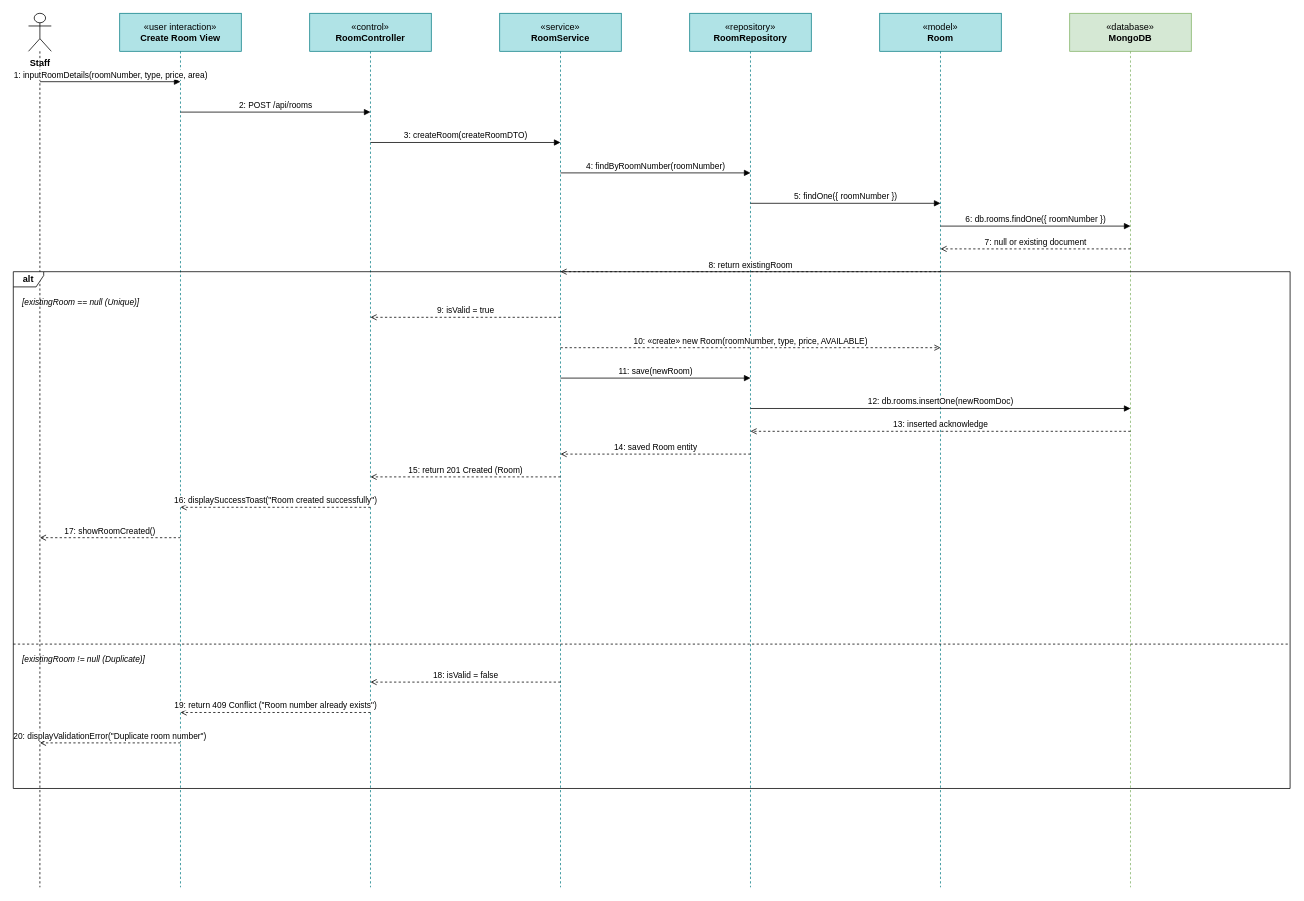
The draw.io diagram docs/diagrams/UC-M04_1_Create_Room_SequenceDiagram.drawio in WanFJava/MotalManagementSystems, before the edit. Source tidied: cells renumbered, new cells numbered last; positions are measured from the earlier drawing's top-left corner, leaving out a move shared by most shapes. Both pictures are drawn from the tidied source at 76%, with x=0, y=0 at pixel (13, 13).
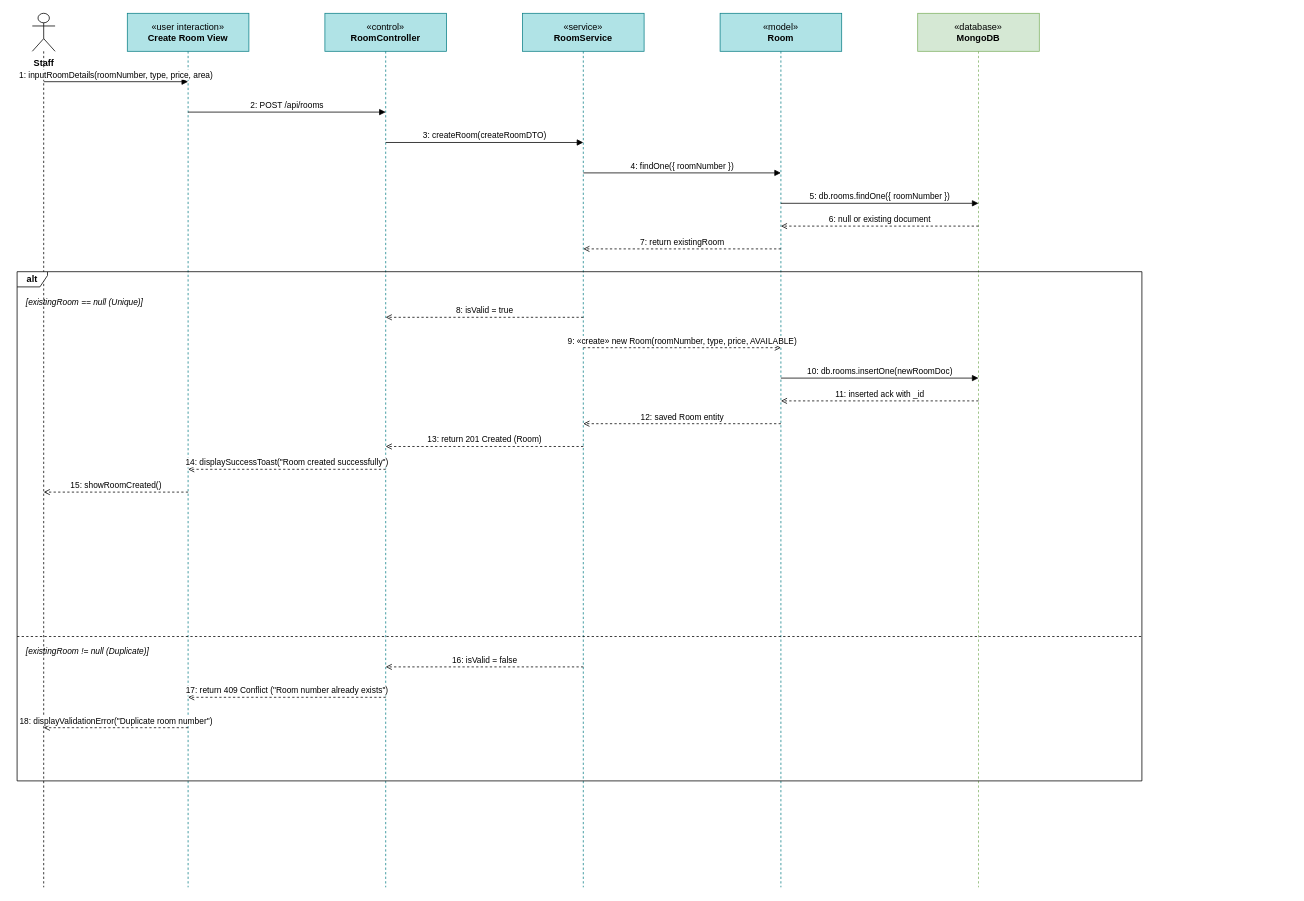
The same page after the edit.

Change to the diagram source:
```diff
@@
     <mxCell id="2" value="Staff" style="shape=umlLifeline;participant=umlActor;perimeter=lifelinePerimeter;whiteSpace=nowrap;html=1;verticalAlign=top;spacingTop=52;size=50;fontStyle=1;" parent="1" vertex="1">
-      <mxGeometry x="20" width="30" height="1150" as="geometry" />
+      <mxGeometry x="25" width="30" height="1150" as="geometry" />
     </mxCell>
     <mxCell id="3" value="&amp;laquo;user interaction&amp;raquo;&lt;br&gt;&lt;b&gt;Create Room View&lt;/b&gt;" style="shape=umlLifeline;perimeter=lifelinePerimeter;whiteSpace=wrap;html=1;size=50;fillColor=#b0e3e6;strokeColor=#0e8088;" parent="1" vertex="1">
-      <mxGeometry x="140" width="160" height="1150" as="geometry" />
+      <mxGeometry x="150" width="160" height="1150" as="geometry" />
     </mxCell>
     <mxCell id="4" value="&amp;laquo;control&amp;raquo;&lt;br&gt;&lt;b&gt;RoomController&lt;/b&gt;" style="shape=umlLifeline;perimeter=lifelinePerimeter;whiteSpace=wrap;html=1;size=50;fillColor=#b0e3e6;strokeColor=#0e8088;" parent="1" vertex="1">
-      <mxGeometry x="390" width="160" height="1150" as="geometry" />
+      <mxGeometry x="410" width="160" height="1150" as="geometry" />
     </mxCell>
     <mxCell id="5" value="&amp;laquo;service&amp;raquo;&lt;br&gt;&lt;b&gt;RoomService&lt;/b&gt;" style="shape=umlLifeline;perimeter=lifelinePerimeter;whiteSpace=wrap;html=1;size=50;fillColor=#b0e3e6;strokeColor=#0e8088;" parent="1" vertex="1">
-      <mxGeometry x="640" width="160" height="1150" as="geometry" />
+      <mxGeometry x="670" width="160" height="1150" as="geometry" />
     </mxCell>
-    <mxCell id="6" value="&amp;laquo;repository&amp;raquo;&lt;br&gt;&lt;b&gt;RoomRepository&lt;/b&gt;" style="shape=umlLifeline;perimeter=lifelinePerimeter;whiteSpace=wrap;html=1;size=50;fillColor=#b0e3e6;strokeColor=#0e8088;" parent="1" vertex="1">
-      <mxGeometry x="890" width="160" height="1150" as="geometry" />
+    <mxCell id="6" value="&amp;laquo;model&amp;raquo;&lt;br&gt;&lt;b&gt;Room&lt;/b&gt;" style="shape=umlLifeline;perimeter=lifelinePerimeter;whiteSpace=wrap;html=1;size=50;fillColor=#b0e3e6;strokeColor=#0e8088;" parent="1" vertex="1">
+      <mxGeometry x="930" width="160" height="1150" as="geometry" />
     </mxCell>
-    <mxCell id="7" value="&amp;laquo;model&amp;raquo;&lt;br&gt;&lt;b&gt;Room&lt;/b&gt;" style="shape=umlLifeline;perimeter=lifelinePerimeter;whiteSpace=wrap;html=1;size=50;fillColor=#b0e3e6;strokeColor=#0e8088;" parent="1" vertex="1">
-      <mxGeometry x="1140" width="160" height="1150" as="geometry" />
+    <mxCell id="7" value="&amp;laquo;database&amp;raquo;&lt;br&gt;&lt;b&gt;MongoDB&lt;/b&gt;" style="shape=umlLifeline;perimeter=lifelinePerimeter;whiteSpace=wrap;html=1;size=50;fillColor=#d5e8d4;strokeColor=#82b366;" parent="1" vertex="1">
+      <mxGeometry x="1190" width="160" height="1150" as="geometry" />
     </mxCell>
-    <mxCell id="8" value="&amp;laquo;database&amp;raquo;&lt;br&gt;&lt;b&gt;MongoDB&lt;/b&gt;" style="shape=umlLifeline;perimeter=lifelinePerimeter;whiteSpace=wrap;html=1;size=50;fillColor=#d5e8d4;strokeColor=#82b366;" parent="1" vertex="1">
-      <mxGeometry x="1390" width="160" height="1150" as="geometry" />
-    </mxCell>
     <mxCell id="9" value="1: inputRoomDetails(roomNumber, type, price, area)" style="endArrow=block;endFill=1;html=1;rounded=0;exitX=0.5;exitY=0;entryX=0.5;entryY=0;fontSize=11;verticalAlign=bottom;" parent="1" edge="1">
       <mxGeometry relative="1" as="geometry">
-        <mxPoint x="35" y="90" as="sourcePoint" />
-        <mxPoint x="220" y="90" as="targetPoint" />
+        <mxPoint x="40" y="90" as="sourcePoint" />
+        <mxPoint x="230" y="90" as="targetPoint" />
       </mxGeometry>
     </mxCell>
     <mxCell id="10" value="2: POST /api/rooms" style="endArrow=block;endFill=1;html=1;rounded=0;exitX=0.5;exitY=0;entryX=0.5;entryY=0;fontSize=11;verticalAlign=bottom;" parent="1" edge="1">
       <mxGeometry relative="1" as="geometry">
-        <mxPoint x="220" y="130" as="sourcePoint" />
-        <mxPoint x="470" y="130" as="targetPoint" />
+        <mxPoint x="230" y="130" as="sourcePoint" />
+        <mxPoint x="490" y="130" as="targetPoint" />
       </mxGeometry>
     </mxCell>
     <mxCell id="11" value="3: createRoom(createRoomDTO)" style="endArrow=block;endFill=1;html=1;rounded=0;exitX=0.5;exitY=0;entryX=0.5;entryY=0;fontSize=11;verticalAlign=bottom;" parent="1" edge="1">
       <mxGeometry relative="1" as="geometry">
-        <mxPoint x="470" y="170" as="sourcePoint" />
-        <mxPoint x="720" y="170" as="targetPoint" />
+        <mxPoint x="490" y="170" as="sourcePoint" />
+        <mxPoint x="750" y="170" as="targetPoint" />
       </mxGeometry>
     </mxCell>
-    <mxCell id="12" value="4: findByRoomNumber(roomNumber)" style="endArrow=block;endFill=1;html=1;rounded=0;exitX=0.5;exitY=0;entryX=0.5;entryY=0;fontSize=11;verticalAlign=bottom;" parent="1" edge="1">
+    <mxCell id="12" value="4: findOne({ roomNumber })" style="endArrow=block;endFill=1;html=1;rounded=0;exitX=0.5;exitY=0;entryX=0.5;entryY=0;fontSize=11;verticalAlign=bottom;" parent="1" edge="1">
       <mxGeometry relative="1" as="geometry">
-        <mxPoint x="720" y="210" as="sourcePoint" />
-        <mxPoint x="970" y="210" as="targetPoint" />
+        <mxPoint x="750" y="210" as="sourcePoint" />
+        <mxPoint x="1010" y="210" as="targetPoint" />
       </mxGeometry>
     </mxCell>
-    <mxCell id="13" value="5: findOne({ roomNumber })" style="endArrow=block;endFill=1;html=1;rounded=0;exitX=0.5;exitY=0;entryX=0.5;entryY=0;fontSize=11;verticalAlign=bottom;" parent="1" edge="1">
+    <mxCell id="13" value="5: db.rooms.findOne({ roomNumber })" style="endArrow=block;endFill=1;html=1;rounded=0;exitX=0.5;exitY=0;entryX=0.5;entryY=0;fontSize=11;verticalAlign=bottom;" parent="1" edge="1">
       <mxGeometry relative="1" as="geometry">
-        <mxPoint x="970" y="250" as="sourcePoint" />
-        <mxPoint x="1220" y="250" as="targetPoint" />
+        <mxPoint x="1010" y="250" as="sourcePoint" />
+        <mxPoint x="1270" y="250" as="targetPoint" />
       </mxGeometry>
     </mxCell>
-    <mxCell id="14" value="6: db.rooms.findOne({ roomNumber })" style="endArrow=block;endFill=1;html=1;rounded=0;exitX=0.5;exitY=0;entryX=0.5;entryY=0;fontSize=11;verticalAlign=bottom;" parent="1" edge="1">
+    <mxCell id="14" value="6: null or existing document" style="endArrow=open;dashed=1;endFill=0;html=1;rounded=0;exitX=0.5;exitY=0;entryX=0.5;entryY=0;fontSize=11;verticalAlign=bottom;" parent="1" edge="1">
       <mxGeometry relative="1" as="geometry">
-        <mxPoint x="1220" y="280" as="sourcePoint" />
-        <mxPoint x="1470" y="280" as="targetPoint" />
+        <mxPoint x="1270" y="280" as="sourcePoint" />
+        <mxPoint x="1010" y="280" as="targetPoint" />
       </mxGeometry>
     </mxCell>
-    <mxCell id="15" value="7: null or existing document" style="endArrow=open;dashed=1;endFill=0;html=1;rounded=0;exitX=0.5;exitY=0;entryX=0.5;entryY=0;fontSize=11;verticalAlign=bottom;" parent="1" edge="1">
+    <mxCell id="15" value="7: return existingRoom" style="endArrow=open;dashed=1;endFill=0;html=1;rounded=0;exitX=0.5;exitY=0;entryX=0.5;entryY=0;fontSize=11;verticalAlign=bottom;" parent="1" edge="1">
       <mxGeometry relative="1" as="geometry">
-        <mxPoint x="1470" y="310" as="sourcePoint" />
-        <mxPoint x="1220" y="310" as="targetPoint" />
+        <mxPoint x="1010" y="310" as="sourcePoint" />
+        <mxPoint x="750" y="310" as="targetPoint" />
       </mxGeometry>
     </mxCell>
-    <mxCell id="16" value="8: return existingRoom" style="endArrow=open;dashed=1;endFill=0;html=1;rounded=0;exitX=0.5;exitY=0;entryX=0.5;entryY=0;fontSize=11;verticalAlign=bottom;" parent="1" edge="1">
+    <mxCell id="16" value="8: isValid = true" style="endArrow=open;dashed=1;endFill=0;html=1;rounded=0;exitX=0.5;exitY=0;entryX=0.5;entryY=0;fontSize=11;verticalAlign=bottom;" parent="1" edge="1">
       <mxGeometry relative="1" as="geometry">
-        <mxPoint x="1220" y="340" as="sourcePoint" />
-        <mxPoint x="720" y="340" as="targetPoint" />
+        <mxPoint x="750" y="400" as="sourcePoint" />
+        <mxPoint x="490" y="400" as="targetPoint" />
       </mxGeometry>
     </mxCell>
-    <mxCell id="17" value="9: isValid = true" style="endArrow=open;dashed=1;endFill=0;html=1;rounded=0;exitX=0.5;exitY=0;entryX=0.5;entryY=0;fontSize=11;verticalAlign=bottom;" parent="1" edge="1">
+    <mxCell id="17" value="9: «create» new Room(roomNumber, type, price, AVAILABLE)" style="endArrow=open;dashed=1;endFill=0;html=1;rounded=0;exitX=0.5;exitY=0;entryX=0.5;entryY=0;fontSize=11;verticalAlign=bottom;" parent="1" edge="1">
       <mxGeometry relative="1" as="geometry">
-        <mxPoint x="720" y="400" as="sourcePoint" />
-        <mxPoint x="470" y="400" as="targetPoint" />
+        <mxPoint x="750" y="440" as="sourcePoint" />
+        <mxPoint x="1010" y="440" as="targetPoint" />
       </mxGeometry>
     </mxCell>
-    <mxCell id="18" value="10: «create» new Room(roomNumber, type, price, AVAILABLE)" style="endArrow=open;dashed=1;endFill=0;html=1;rounded=0;exitX=0.5;exitY=0;entryX=0.5;entryY=0;fontSize=11;verticalAlign=bottom;" parent="1" edge="1">
+    <mxCell id="18" value="10: db.rooms.insertOne(newRoomDoc)" style="endArrow=block;endFill=1;html=1;rounded=0;exitX=0.5;exitY=0;entryX=0.5;entryY=0;fontSize=11;verticalAlign=bottom;" parent="1" edge="1">
       <mxGeometry relative="1" as="geometry">
-        <mxPoint x="720" y="440" as="sourcePoint" />
-        <mxPoint x="1220" y="440" as="targetPoint" />
+        <mxPoint x="1010" y="480" as="sourcePoint" />
+        <mxPoint x="1270" y="480" as="targetPoint" />
       </mxGeometry>
     </mxCell>
-    <mxCell id="19" value="11: save(newRoom)" style="endArrow=block;endFill=1;html=1;rounded=0;exitX=0.5;exitY=0;entryX=0.5;entryY=0;fontSize=11;verticalAlign=bottom;" parent="1" edge="1">
+    <mxCell id="19" value="11: inserted ack with _id" style="endArrow=open;dashed=1;endFill=0;html=1;rounded=0;exitX=0.5;exitY=0;entryX=0.5;entryY=0;fontSize=11;verticalAlign=bottom;" parent="1" edge="1">
       <mxGeometry relative="1" as="geometry">
-        <mxPoint x="720" y="480" as="sourcePoint" />
-        <mxPoint x="970" y="480" as="targetPoint" />
+        <mxPoint x="1270" y="510" as="sourcePoint" />
+        <mxPoint x="1010" y="510" as="targetPoint" />
       </mxGeometry>
     </mxCell>
-    <mxCell id="20" value="12: db.rooms.insertOne(newRoomDoc)" style="endArrow=block;endFill=1;html=1;rounded=0;exitX=0.5;exitY=0;entryX=0.5;entryY=0;fontSize=11;verticalAlign=bottom;" parent="1" edge="1">
+    <mxCell id="20" value="12: saved Room entity" style="endArrow=open;dashed=1;endFill=0;html=1;rounded=0;exitX=0.5;exitY=0;entryX=0.5;entryY=0;fontSize=11;verticalAlign=bottom;" parent="1" edge="1">
       <mxGeometry relative="1" as="geometry">
-        <mxPoint x="970" y="520" as="sourcePoint" />
-        <mxPoint x="1470" y="520" as="targetPoint" />
+        <mxPoint x="1010" y="540" as="sourcePoint" />
+        <mxPoint x="750" y="540" as="targetPoint" />
       </mxGeometry>
     </mxCell>
-    <mxCell id="21" value="13: inserted acknowledge" style="endArrow=open;dashed=1;endFill=0;html=1;rounded=0;exitX=0.5;exitY=0;entryX=0.5;entryY=0;fontSize=11;verticalAlign=bottom;" parent="1" edge="1">
+    <mxCell id="21" value="13: return 201 Created (Room)" style="endArrow=open;dashed=1;endFill=0;html=1;rounded=0;exitX=0.5;exitY=0;entryX=0.5;entryY=0;fontSize=11;verticalAlign=bottom;" parent="1" edge="1">
       <mxGeometry relative="1" as="geometry">
-        <mxPoint x="1470" y="550" as="sourcePoint" />
-        <mxPoint x="970" y="550" as="targetPoint" />
+        <mxPoint x="750" y="570" as="sourcePoint" />
+        <mxPoint x="490" y="570" as="targetPoint" />
       </mxGeometry>
     </mxCell>
-    <mxCell id="22" value="14: saved Room entity" style="endArrow=open;dashed=1;endFill=0;html=1;rounded=0;exitX=0.5;exitY=0;entryX=0.5;entryY=0;fontSize=11;verticalAlign=bottom;" parent="1" edge="1">
+    <mxCell id="22" value="14: displaySuccessToast(&quot;Room created successfully&quot;)" style="endArrow=open;dashed=1;endFill=0;html=1;rounded=0;exitX=0.5;exitY=0;entryX=0.5;entryY=0;fontSize=11;verticalAlign=bottom;" parent="1" edge="1">
       <mxGeometry relative="1" as="geometry">
-        <mxPoint x="970" y="580" as="sourcePoint" />
-        <mxPoint x="720" y="580" as="targetPoint" />
+        <mxPoint x="490" y="600" as="sourcePoint" />
+        <mxPoint x="230" y="600" as="targetPoint" />
       </mxGeometry>
     </mxCell>
-    <mxCell id="23" value="15: return 201 Created (Room)" style="endArrow=open;dashed=1;endFill=0;html=1;rounded=0;exitX=0.5;exitY=0;entryX=0.5;entryY=0;fontSize=11;verticalAlign=bottom;" parent="1" edge="1">
+    <mxCell id="23" value="15: showRoomCreated()" style="endArrow=open;dashed=1;endFill=0;html=1;rounded=0;exitX=0.5;exitY=0;entryX=0.5;entryY=0;fontSize=11;verticalAlign=bottom;" parent="1" edge="1">
       <mxGeometry relative="1" as="geometry">
-        <mxPoint x="720" y="610" as="sourcePoint" />
-        <mxPoint x="470" y="610" as="targetPoint" />
+        <mxPoint x="230" y="630" as="sourcePoint" />
+        <mxPoint x="40" y="630" as="targetPoint" />
       </mxGeometry>
     </mxCell>
-    <mxCell id="24" value="16: displaySuccessToast(&quot;Room created successfully&quot;)" style="endArrow=open;dashed=1;endFill=0;html=1;rounded=0;exitX=0.5;exitY=0;entryX=0.5;entryY=0;fontSize=11;verticalAlign=bottom;" parent="1" edge="1">
+    <mxCell id="24" value="16: isValid = false" style="endArrow=open;dashed=1;endFill=0;html=1;rounded=0;exitX=0.5;exitY=0;entryX=0.5;entryY=0;fontSize=11;verticalAlign=bottom;" parent="1" edge="1">
       <mxGeometry relative="1" as="geometry">
-        <mxPoint x="470" y="650" as="sourcePoint" />
-        <mxPoint x="220" y="650" as="targetPoint" />
+        <mxPoint x="750" y="860" as="sourcePoint" />
+        <mxPoint x="490" y="860" as="targetPoint" />
       </mxGeometry>
     </mxCell>
-    <mxCell id="25" value="17: showRoomCreated()" style="endArrow=open;dashed=1;endFill=0;html=1;rounded=0;exitX=0.5;exitY=0;entryX=0.5;entryY=0;fontSize=11;verticalAlign=bottom;" parent="1" edge="1">
+    <mxCell id="25" value="17: return 409 Conflict (&quot;Room number already exists&quot;)" style="endArrow=open;dashed=1;endFill=0;html=1;rounded=0;exitX=0.5;exitY=0;entryX=0.5;entryY=0;fontSize=11;verticalAlign=bottom;" parent="1" edge="1">
       <mxGeometry relative="1" as="geometry">
-        <mxPoint x="220" y="690" as="sourcePoint" />
-        <mxPoint x="35" y="690" as="targetPoint" />
+        <mxPoint x="490" y="900" as="sourcePoint" />
+        <mxPoint x="230" y="900" as="targetPoint" />
       </mxGeometry>
     </mxCell>
-    <mxCell id="26" value="18: isValid = false" style="endArrow=open;dashed=1;endFill=0;html=1;rounded=0;exitX=0.5;exitY=0;entryX=0.5;entryY=0;fontSize=11;verticalAlign=bottom;" parent="1" edge="1">
+    <mxCell id="26" value="18: displayValidationError(&quot;Duplicate room number&quot;)" style="endArrow=open;dashed=1;endFill=0;html=1;rounded=0;exitX=0.5;exitY=0;entryX=0.5;entryY=0;fontSize=11;verticalAlign=bottom;" parent="1" edge="1">
       <mxGeometry relative="1" as="geometry">
-        <mxPoint x="720" y="880" as="sourcePoint" />
-        <mxPoint x="470" y="880" as="targetPoint" />
+        <mxPoint x="230" y="940" as="sourcePoint" />
+        <mxPoint x="40" y="940" as="targetPoint" />
       </mxGeometry>
     </mxCell>
-    <mxCell id="27" value="19: return 409 Conflict (&quot;Room number already exists&quot;)" style="endArrow=open;dashed=1;endFill=0;html=1;rounded=0;exitX=0.5;exitY=0;entryX=0.5;entryY=0;fontSize=11;verticalAlign=bottom;" parent="1" edge="1">
-      <mxGeometry relative="1" as="geometry">
-        <mxPoint x="470" y="920" as="sourcePoint" />
-        <mxPoint x="220" y="920" as="targetPoint" />
-      </mxGeometry>
-    </mxCell>
-    <mxCell id="28" value="20: displayValidationError(&quot;Duplicate room number&quot;)" style="endArrow=open;dashed=1;endFill=0;html=1;rounded=0;exitX=0.5;exitY=0;entryX=0.5;entryY=0;fontSize=11;verticalAlign=bottom;" parent="1" edge="1">
-      <mxGeometry relative="1" as="geometry">
-        <mxPoint x="220" y="960" as="sourcePoint" />
-        <mxPoint x="35" y="960" as="targetPoint" />
-      </mxGeometry>
-    </mxCell>
     <mxCell id="29" value="alt" style="shape=umlFrame;whiteSpace=wrap;html=1;width=40;height=20;fontSize=12;fontStyle=1;" parent="1" vertex="1">
-      <mxGeometry y="340" width="1680" height="680" as="geometry" />
+      <mxGeometry x="5" y="340" width="1480" height="670" as="geometry" />
     </mxCell>
     <mxCell id="30" value="[existingRoom == null (Unique)]" style="text;html=1;strokeColor=none;fillColor=none;align=left;verticalAlign=middle;whiteSpace=wrap;rounded=0;fontSize=11;fontStyle=2;" parent="1" vertex="1">
-      <mxGeometry x="10" y="370" width="220" height="20" as="geometry" />
+      <mxGeometry x="15" y="370" width="240" height="20" as="geometry" />
     </mxCell>
     <mxCell id="31" style="endArrow=none;dashed=1;html=1;rounded=0;" parent="1" edge="1">
       <mxGeometry relative="1" as="geometry">
-        <mxPoint y="830" as="sourcePoint" />
-        <mxPoint x="1680" y="830" as="targetPoint" />
+        <mxPoint x="5" y="820" as="sourcePoint" />
+        <mxPoint x="1485" y="820" as="targetPoint" />
       </mxGeometry>
     </mxCell>
     <mxCell id="32" value="[existingRoom != null (Duplicate)]" style="text;html=1;strokeColor=none;fillColor=none;align=left;verticalAlign=middle;whiteSpace=wrap;rounded=0;fontSize=11;fontStyle=2;" parent="1" vertex="1">
-      <mxGeometry x="10" y="840" width="220" height="20" as="geometry" />
+      <mxGeometry x="15" y="830" width="240" height="20" as="geometry" />
     </mxCell>
```
